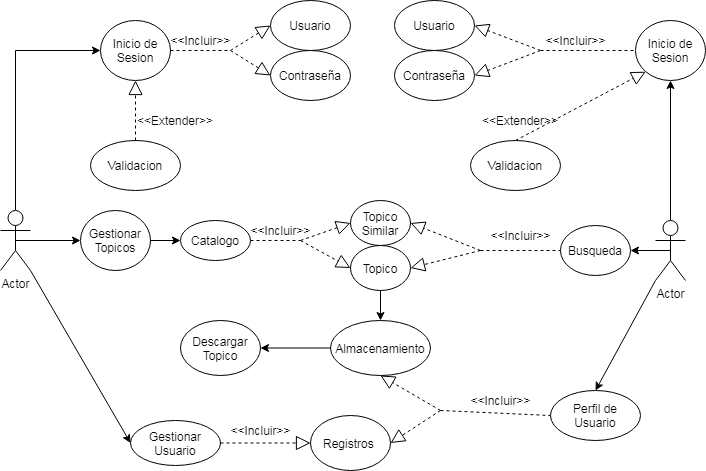
Before: Diagramas/D_CasosdeUso.drawio.png, a diagram exported from draw.io (GuillermoSoria97/Analisis_Avanzado_de_Software). Source tidied: cells renumbered, new cells last; positions are measured from the earlier drawing's top-left corner, leaving out a move shared by most shapes. Its diagram source:
```xml
<mxGraphModel>
  <root>
    <mxCell id="0" />
    <mxCell id="1" parent="0" />
    <mxCell id="2" value="Inicio de Sesion" style="ellipse;whiteSpace=wrap;html=1;" parent="1" vertex="1">
      <mxGeometry x="100" y="20" width="70" height="60" as="geometry" />
    </mxCell>
    <mxCell id="3" style="edgeStyle=orthogonalEdgeStyle;rounded=0;jettySize=auto;html=1;exitX=0.5;exitY=0;exitDx=0;exitDy=0;exitPerimeter=0;entryX=0;entryY=0.5;entryDx=0;entryDy=0;" parent="1" edge="1" source="4" target="2">
      <mxGeometry relative="1" as="geometry" />
    </mxCell>
    <mxCell id="4" value="Actor" style="shape=umlActor;verticalLabelPosition=bottom;verticalAlign=top;html=1;outlineConnect=0;" parent="1" vertex="1">
      <mxGeometry y="210" width="30" height="60" as="geometry" />
    </mxCell>
    <mxCell id="5" value="Actor" style="shape=umlActor;verticalLabelPosition=bottom;verticalAlign=top;html=1;outlineConnect=0;" parent="1" vertex="1">
      <mxGeometry x="655" y="220" width="30" height="60" as="geometry" />
    </mxCell>
    <mxCell id="6" value="Busqueda" style="ellipse;whiteSpace=wrap;html=1;" parent="1" vertex="1">
      <mxGeometry x="560" y="225" width="70" height="50" as="geometry" />
    </mxCell>
    <mxCell id="7" value="Perfil de Usuario" style="ellipse;whiteSpace=wrap;html=1;" parent="1" vertex="1">
      <mxGeometry x="550" y="390" width="90" height="50" as="geometry" />
    </mxCell>
    <mxCell id="8" value="Gestionar Topicos" style="ellipse;whiteSpace=wrap;html=1;" parent="1" vertex="1">
      <mxGeometry x="80" y="210" width="70" height="60" as="geometry" />
    </mxCell>
    <mxCell id="9" style="endArrow=block;dashed=1;endFill=0;endSize=12;html=1;exitX=1;exitY=0.5;exitDx=0;exitDy=0;entryX=0;entryY=0.5;entryDx=0;entryDy=0;" parent="1" edge="1" source="32" target="30">
      <mxGeometry relative="1" as="geometry" />
    </mxCell>
    <mxCell id="10" value="Usuario" style="ellipse;whiteSpace=wrap;html=1;" parent="1" vertex="1">
      <mxGeometry x="270" width="80" height="50" as="geometry" />
    </mxCell>
    <mxCell id="11" value="Contraseña" style="ellipse;whiteSpace=wrap;html=1;" parent="1" vertex="1">
      <mxGeometry x="270" y="50" width="80" height="50" as="geometry" />
    </mxCell>
    <mxCell id="12" value="Topico&lt;br&gt;Similar" style="ellipse;whiteSpace=wrap;html=1;" parent="1" vertex="1">
      <mxGeometry x="350" y="200" width="60" height="45" as="geometry" />
    </mxCell>
    <mxCell id="13" value="Topico&lt;br&gt;" style="ellipse;whiteSpace=wrap;html=1;" parent="1" vertex="1">
      <mxGeometry x="350" y="245" width="60" height="45" as="geometry" />
    </mxCell>
    <mxCell id="14" value="Catalogo" style="ellipse;whiteSpace=wrap;html=1;" parent="1" vertex="1">
      <mxGeometry x="180" y="220" width="70" height="40" as="geometry" />
    </mxCell>
    <mxCell id="15" style="endArrow=block;dashed=1;endFill=0;endSize=12;html=1;entryX=1;entryY=0.5;entryDx=0;entryDy=0;" parent="1" edge="1" target="30">
      <mxGeometry relative="1" as="geometry">
        <mxPoint x="440" y="410" as="sourcePoint" />
      </mxGeometry>
    </mxCell>
    <mxCell id="16" style="endArrow=block;dashed=1;endFill=0;endSize=12;html=1;entryX=1;entryY=0.5;entryDx=0;entryDy=0;" parent="1" edge="1" target="12">
      <mxGeometry relative="1" as="geometry">
        <mxPoint x="480" y="250" as="sourcePoint" />
      </mxGeometry>
    </mxCell>
    <mxCell id="17" style="endArrow=block;dashed=1;endFill=0;endSize=12;html=1;entryX=1;entryY=0.5;entryDx=0;entryDy=0;" parent="1" edge="1" target="13">
      <mxGeometry relative="1" as="geometry">
        <mxPoint x="480" y="250" as="sourcePoint" />
      </mxGeometry>
    </mxCell>
    <mxCell id="18" value="Inicio de Sesion" style="ellipse;whiteSpace=wrap;html=1;" parent="1" vertex="1">
      <mxGeometry x="635" y="20" width="70" height="60" as="geometry" />
    </mxCell>
    <mxCell id="19" value="Usuario" style="ellipse;whiteSpace=wrap;html=1;" parent="1" vertex="1">
      <mxGeometry x="394" width="80" height="50" as="geometry" />
    </mxCell>
    <mxCell id="20" value="Contraseña" style="ellipse;whiteSpace=wrap;html=1;" parent="1" vertex="1">
      <mxGeometry x="394" y="50" width="80" height="50" as="geometry" />
    </mxCell>
    <mxCell id="21" style="endArrow=block;dashed=1;endFill=0;endSize=12;html=1;entryX=1;entryY=0.5;entryDx=0;entryDy=0;" parent="1" edge="1" target="19">
      <mxGeometry relative="1" as="geometry">
        <mxPoint x="540" y="50" as="sourcePoint" />
      </mxGeometry>
    </mxCell>
    <mxCell id="22" style="endArrow=block;dashed=1;endFill=0;endSize=12;html=1;entryX=1;entryY=0.5;entryDx=0;entryDy=0;" parent="1" edge="1" target="20">
      <mxGeometry relative="1" as="geometry">
        <mxPoint x="540" y="50" as="sourcePoint" />
      </mxGeometry>
    </mxCell>
    <mxCell id="23" style="endArrow=block;dashed=1;endFill=0;endSize=12;html=1;entryX=0;entryY=0.5;entryDx=0;entryDy=0;" parent="1" edge="1" target="10">
      <mxGeometry relative="1" as="geometry">
        <mxPoint x="230" y="50" as="sourcePoint" />
      </mxGeometry>
    </mxCell>
    <mxCell id="24" style="endArrow=none;dashed=1;html=1;exitX=1;exitY=0.5;exitDx=0;exitDy=0;" parent="1" edge="1" source="2">
      <mxGeometry relative="1" as="geometry">
        <mxPoint x="230" y="50" as="targetPoint" />
      </mxGeometry>
    </mxCell>
    <mxCell id="25" style="endArrow=block;dashed=1;endFill=0;endSize=12;html=1;entryX=0;entryY=0.5;entryDx=0;entryDy=0;" parent="1" edge="1" target="11">
      <mxGeometry relative="1" as="geometry">
        <mxPoint x="230" y="50" as="sourcePoint" />
      </mxGeometry>
    </mxCell>
    <mxCell id="26" style="endArrow=classic;html=1;exitX=1;exitY=0.5;exitDx=0;exitDy=0;entryX=0;entryY=0.5;entryDx=0;entryDy=0;" parent="1" edge="1" source="8" target="14">
      <mxGeometry relative="1" as="geometry" />
    </mxCell>
    <mxCell id="27" style="endArrow=none;dashed=1;html=1;entryX=0;entryY=0.5;entryDx=0;entryDy=0;" parent="1" edge="1" target="6">
      <mxGeometry relative="1" as="geometry">
        <mxPoint x="480" y="250" as="sourcePoint" />
        <Array as="points">
          <mxPoint x="500" y="250" />
        </Array>
      </mxGeometry>
    </mxCell>
    <mxCell id="28" style="endArrow=block;dashed=1;endFill=0;endSize=12;html=1;entryX=0;entryY=0.5;entryDx=0;entryDy=0;" parent="1" edge="1" target="12">
      <mxGeometry relative="1" as="geometry">
        <mxPoint x="300" y="240" as="sourcePoint" />
      </mxGeometry>
    </mxCell>
    <mxCell id="29" value="Almacenamiento" style="ellipse;whiteSpace=wrap;html=1;" parent="1" vertex="1">
      <mxGeometry x="330" y="320" width="100" height="55" as="geometry" />
    </mxCell>
    <mxCell id="30" value="Registros&amp;nbsp;" style="ellipse;whiteSpace=wrap;html=1;" parent="1" vertex="1">
      <mxGeometry x="310" y="415" width="80" height="55" as="geometry" />
    </mxCell>
    <mxCell id="31" style="endArrow=block;dashed=1;endFill=0;endSize=12;html=1;entryX=0.5;entryY=1;entryDx=0;entryDy=0;" parent="1" edge="1" target="29">
      <mxGeometry relative="1" as="geometry">
        <mxPoint x="440" y="410" as="sourcePoint" />
      </mxGeometry>
    </mxCell>
    <mxCell id="32" value="Gestionar Usuario" style="ellipse;whiteSpace=wrap;html=1;" parent="1" vertex="1">
      <mxGeometry x="130" y="420" width="90" height="45" as="geometry" />
    </mxCell>
    <mxCell id="33" style="endArrow=classic;html=1;exitX=0.5;exitY=0.5;exitDx=0;exitDy=0;exitPerimeter=0;entryX=0;entryY=0.5;entryDx=0;entryDy=0;" parent="1" edge="1" source="4" target="8">
      <mxGeometry relative="1" as="geometry" />
    </mxCell>
    <mxCell id="34" style="endArrow=classic;html=1;exitX=1;exitY=1;exitDx=0;exitDy=0;exitPerimeter=0;entryX=0;entryY=0.5;entryDx=0;entryDy=0;" parent="1" edge="1" source="4" target="32">
      <mxGeometry relative="1" as="geometry" />
    </mxCell>
    <mxCell id="35" style="endArrow=classic;html=1;exitX=0.5;exitY=0;exitDx=0;exitDy=0;exitPerimeter=0;entryX=0.5;entryY=1;entryDx=0;entryDy=0;" parent="1" edge="1" source="5" target="18">
      <mxGeometry relative="1" as="geometry" />
    </mxCell>
    <mxCell id="36" style="endArrow=classic;html=1;exitX=0.5;exitY=0.5;exitDx=0;exitDy=0;exitPerimeter=0;entryX=1;entryY=0.5;entryDx=0;entryDy=0;" parent="1" edge="1" source="5" target="6">
      <mxGeometry relative="1" as="geometry" />
    </mxCell>
    <mxCell id="37" style="endArrow=classic;html=1;exitX=0;exitY=1;exitDx=0;exitDy=0;exitPerimeter=0;entryX=0.5;entryY=0;entryDx=0;entryDy=0;" parent="1" edge="1" source="5" target="7">
      <mxGeometry relative="1" as="geometry" />
    </mxCell>
    <mxCell id="38" style="endArrow=none;dashed=1;html=1;exitX=1;exitY=0.5;exitDx=0;exitDy=0;" parent="1" edge="1" source="14">
      <mxGeometry relative="1" as="geometry">
        <mxPoint x="300" y="240" as="targetPoint" />
      </mxGeometry>
    </mxCell>
    <mxCell id="39" style="endArrow=block;dashed=1;endFill=0;endSize=12;html=1;entryX=0;entryY=0.5;entryDx=0;entryDy=0;" parent="1" edge="1" target="13">
      <mxGeometry relative="1" as="geometry">
        <mxPoint x="300" y="240" as="sourcePoint" />
      </mxGeometry>
    </mxCell>
    <mxCell id="40" style="endArrow=classic;html=1;exitX=0.5;exitY=1;exitDx=0;exitDy=0;entryX=0.5;entryY=0;entryDx=0;entryDy=0;" parent="1" edge="1" source="13" target="29">
      <mxGeometry relative="1" as="geometry" />
    </mxCell>
    <mxCell id="41" style="endArrow=none;dashed=1;html=1;entryX=0;entryY=0.5;entryDx=0;entryDy=0;" parent="1" edge="1" target="7">
      <mxGeometry relative="1" as="geometry">
        <mxPoint x="440" y="410" as="sourcePoint" />
      </mxGeometry>
    </mxCell>
    <mxCell id="42" style="endArrow=classic;html=1;exitX=0;exitY=0.5;exitDx=0;exitDy=0;entryX=1;entryY=0.5;entryDx=0;entryDy=0;" parent="1" edge="1" source="29" target="43">
      <mxGeometry relative="1" as="geometry" />
    </mxCell>
    <mxCell id="43" value="Descargar Topico" style="ellipse;whiteSpace=wrap;html=1;" parent="1" vertex="1">
      <mxGeometry x="180" y="320" width="80" height="55" as="geometry" />
    </mxCell>
    <mxCell id="44" value="Validacion" style="ellipse;whiteSpace=wrap;html=1;" parent="1" vertex="1">
      <mxGeometry x="90" y="140" width="90" height="50" as="geometry" />
    </mxCell>
    <mxCell id="45" value="Validacion" style="ellipse;whiteSpace=wrap;html=1;" parent="1" vertex="1">
      <mxGeometry x="470" y="140" width="90" height="50" as="geometry" />
    </mxCell>
    <mxCell id="46" style="endArrow=block;dashed=1;endFill=0;endSize=12;html=1;entryX=0.5;entryY=1;entryDx=0;entryDy=0;exitX=0.5;exitY=0;exitDx=0;exitDy=0;" parent="1" edge="1" source="44" target="2">
      <mxGeometry relative="1" as="geometry" />
    </mxCell>
    <mxCell id="47" style="endArrow=block;dashed=1;endFill=0;endSize=12;html=1;entryX=0;entryY=1;entryDx=0;entryDy=0;exitX=0.5;exitY=0;exitDx=0;exitDy=0;" parent="1" edge="1" source="45" target="18">
      <mxGeometry relative="1" as="geometry" />
    </mxCell>
    <mxCell id="48" value="&amp;lt;&amp;lt;Extender&amp;gt;&amp;gt;" style="text;html=1;strokeColor=none;fillColor=none;align=center;verticalAlign=middle;whiteSpace=wrap;rounded=0;" parent="1" vertex="1">
      <mxGeometry x="155" y="110" width="40" height="20" as="geometry" />
    </mxCell>
    <mxCell id="49" value="&amp;lt;&amp;lt;Extender&amp;gt;&amp;gt;" style="text;html=1;strokeColor=none;fillColor=none;align=center;verticalAlign=middle;whiteSpace=wrap;rounded=0;" parent="1" vertex="1">
      <mxGeometry x="500" y="110" width="40" height="20" as="geometry" />
    </mxCell>
    <mxCell id="50" value="&amp;lt;&amp;lt;Incluir&amp;gt;&amp;gt;" style="text;html=1;align=center;verticalAlign=middle;" parent="1" vertex="1">
      <mxGeometry x="240" y="220" width="80" height="20" as="geometry" />
    </mxCell>
    <mxCell id="51" style="endArrow=none;dashed=1;html=1;entryX=0;entryY=0.5;entryDx=0;entryDy=0;" parent="1" edge="1" target="18">
      <mxGeometry relative="1" as="geometry">
        <mxPoint x="540" y="50" as="sourcePoint" />
      </mxGeometry>
    </mxCell>
    <mxCell id="52" value="&amp;lt;&amp;lt;Incluir&amp;gt;&amp;gt;" style="text;html=1;align=center;verticalAlign=middle;" parent="1" vertex="1">
      <mxGeometry x="480" y="225" width="80" height="20" as="geometry" />
    </mxCell>
    <mxCell id="53" value="&amp;lt;&amp;lt;Incluir&amp;gt;&amp;gt;" style="text;html=1;align=center;verticalAlign=middle;" parent="1" vertex="1">
      <mxGeometry x="535" y="30" width="80" height="20" as="geometry" />
    </mxCell>
    <mxCell id="54" value="&amp;lt;&amp;lt;Incluir&amp;gt;&amp;gt;" style="text;html=1;align=center;verticalAlign=middle;" parent="1" vertex="1">
      <mxGeometry x="160" y="30" width="80" height="20" as="geometry" />
    </mxCell>
    <mxCell id="55" value="&amp;lt;&amp;lt;Incluir&amp;gt;&amp;gt;" style="text;html=1;align=center;verticalAlign=middle;" parent="1" vertex="1">
      <mxGeometry x="460" y="390" width="80" height="20" as="geometry" />
    </mxCell>
    <mxCell id="56" value="&amp;lt;&amp;lt;Incluir&amp;gt;&amp;gt;" style="text;html=1;align=center;verticalAlign=middle;" parent="1" vertex="1">
      <mxGeometry x="220" y="420" width="80" height="20" as="geometry" />
    </mxCell>
  </root>
</mxGraphModel>
```
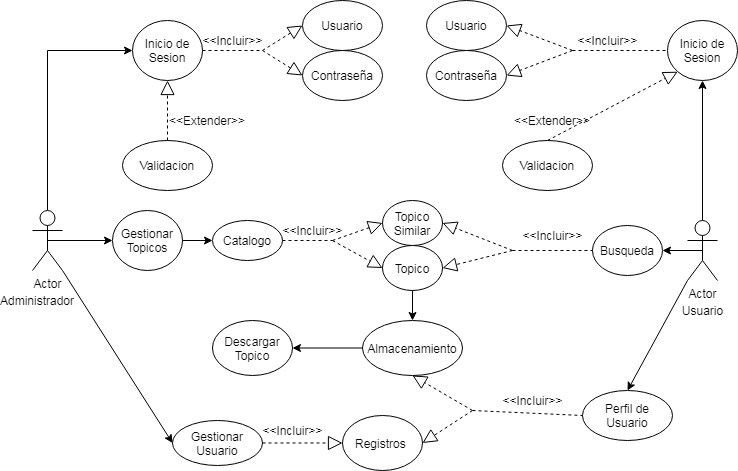
The same file after the commit.

The edit, as a diff of the source:
```diff
@@ -118,7 +118,7 @@
       </mxGeometry>
     </mxCell>
     <mxCell id="32" value="Gestionar Usuario" style="ellipse;whiteSpace=wrap;html=1;" parent="1" vertex="1">
-      <mxGeometry x="130" y="420" width="90" height="45" as="geometry" />
+      <mxGeometry x="140" y="420" width="90" height="45" as="geometry" />
     </mxCell>
     <mxCell id="33" style="endArrow=classic;html=1;exitX=0.5;exitY=0.5;exitDx=0;exitDy=0;exitPerimeter=0;entryX=0;entryY=0.5;entryDx=0;entryDy=0;" parent="1" edge="1" source="4" target="8">
       <mxGeometry relative="1" as="geometry" />
@@ -200,5 +200,11 @@
     <mxCell id="56" value="&amp;lt;&amp;lt;Incluir&amp;gt;&amp;gt;" style="text;html=1;align=center;verticalAlign=middle;" parent="1" vertex="1">
       <mxGeometry x="220" y="420" width="80" height="20" as="geometry" />
     </mxCell>
+    <mxCell id="57" value="Usuario" style="text;html=1;align=center;verticalAlign=middle;" parent="1" vertex="1">
+      <mxGeometry x="640" y="300" width="60" height="20" as="geometry" />
+    </mxCell>
+    <mxCell id="58" value="Administrador" style="text;html=1;strokeColor=none;fillColor=none;align=center;verticalAlign=middle;whiteSpace=wrap;rounded=0;" parent="1" vertex="1">
+      <mxGeometry x="-10" y="290" width="30" height="20" as="geometry" />
+    </mxCell>
   </root>
 </mxGraphModel>
```
